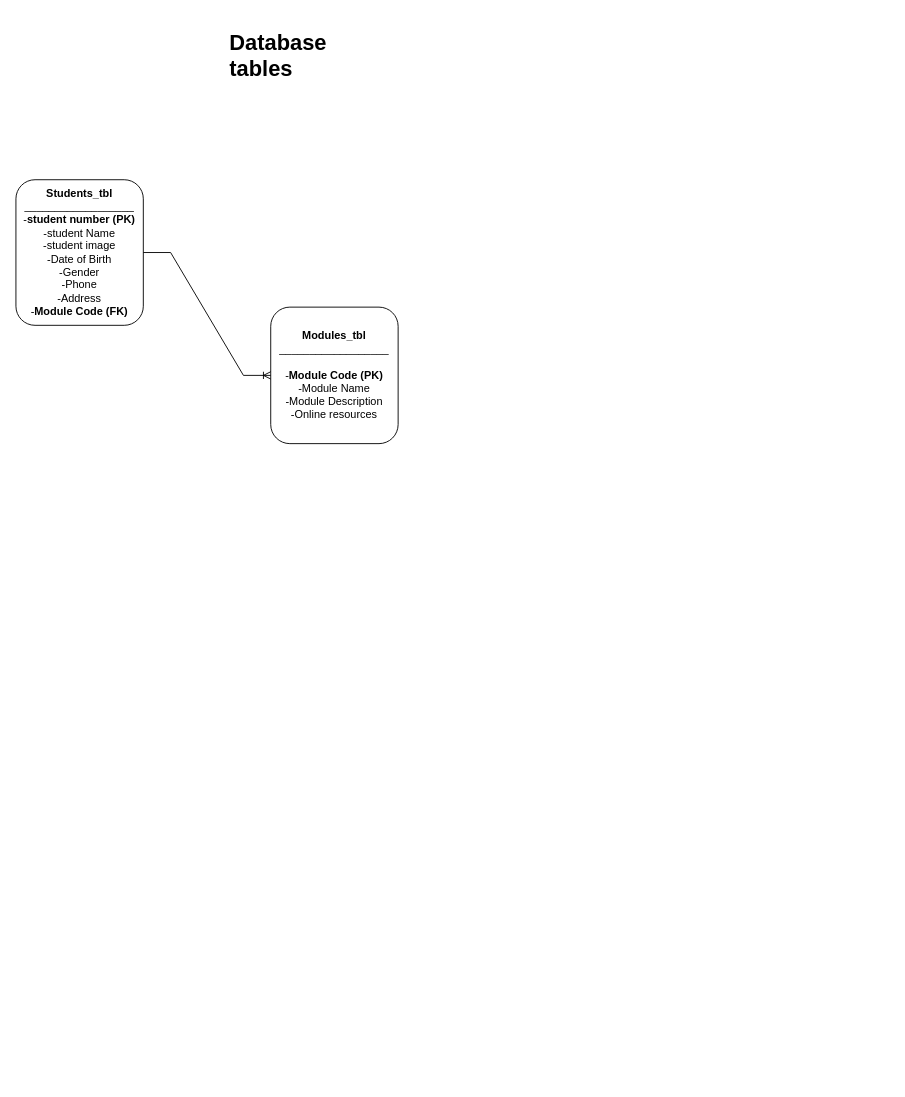
Earlier version of the draw.io diagram page "Page-1" (1 of 2) of Student Management App.drawio (visionaryvjae/Student-Management-Application). Source tidied: cells renumbered, new cells numbered last; positions are measured from the earlier drawing's top-left corner, leaving out a move shared by most shapes. Both pictures are drawn from the tidied source at 91%, with x=0, y=0 at pixel (15, 25).
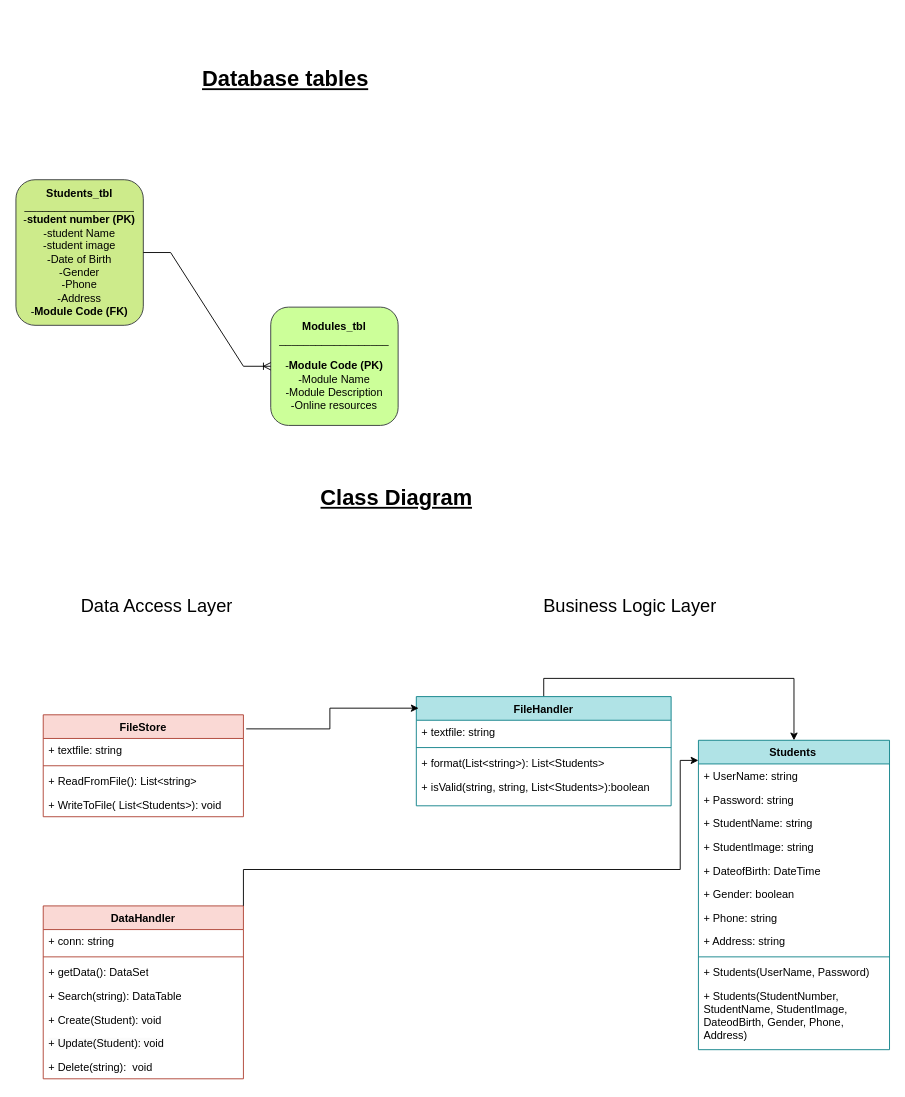
The same page after the edit.

Diff of the diagram source:
```diff
@@
-    <mxCell id="2" value="&lt;h1&gt;Database tables&lt;/h1&gt;" style="text;html=1;strokeColor=none;fillColor=none;spacing=5;spacingTop=-20;whiteSpace=wrap;overflow=hidden;rounded=0;" parent="1" vertex="1">
-      <mxGeometry x="230" width="190" height="120" as="geometry" />
+    <mxCell id="2" value="&lt;h1&gt;&lt;u&gt;Database tables&lt;/u&gt;&lt;/h1&gt;" style="text;html=1;strokeColor=none;fillColor=none;spacing=5;spacingTop=-20;whiteSpace=wrap;overflow=hidden;rounded=0;" parent="1" vertex="1">
+      <mxGeometry x="200" y="40" width="250" height="70" as="geometry" />
     </mxCell>
-    <mxCell id="3" value="&lt;b&gt;Students_tbl&lt;/b&gt;&lt;br&gt;__________________&lt;br&gt;-&lt;b&gt;student number (PK)&lt;/b&gt;&lt;br&gt;-student Name&lt;br&gt;-student image&lt;br&gt;-Date of Birth&lt;br&gt;-Gender&lt;br&gt;-Phone&lt;br&gt;-Address&lt;br&gt;-&lt;b&gt;Module Code (FK)&lt;/b&gt;" style="rounded=1;whiteSpace=wrap;html=1;" parent="1" vertex="1">
+    <mxCell id="3" value="&lt;b&gt;Students_tbl&lt;/b&gt;&lt;br&gt;__________________&lt;br&gt;-&lt;b&gt;student number (PK)&lt;/b&gt;&lt;br&gt;-student Name&lt;br&gt;-student image&lt;br&gt;-Date of Birth&lt;br&gt;-Gender&lt;br&gt;-Phone&lt;br&gt;-Address&lt;br&gt;-&lt;b&gt;Module Code (FK)&lt;/b&gt;" style="rounded=1;whiteSpace=wrap;html=1;fillColor=#cdeb8b;strokeColor=#36393d;gradientDirection=north;" parent="1" vertex="1">
       <mxGeometry y="170" width="140" height="160" as="geometry" />
     </mxCell>
-    <mxCell id="4" value="&lt;b&gt;Modules_tbl&lt;/b&gt;&lt;br&gt;__________________&lt;br&gt;&lt;br&gt;-&lt;b&gt;Module Code (PK)&lt;/b&gt;&lt;br&gt;-Module Name&lt;br&gt;-Module Description&lt;br&gt;-Online resources" style="rounded=1;whiteSpace=wrap;html=1;" parent="1" vertex="1">
-      <mxGeometry x="280" y="310" width="140" height="150" as="geometry" />
+    <mxCell id="4" value="&lt;b&gt;Modules_tbl&lt;/b&gt;&lt;br&gt;__________________&lt;br&gt;&lt;br&gt;-&lt;b&gt;Module Code (PK)&lt;/b&gt;&lt;br&gt;-Module Name&lt;br&gt;-Module Description&lt;br&gt;-Online resources" style="rounded=1;whiteSpace=wrap;html=1;fillColor=#CCFF99;strokeColor=#36393d;" parent="1" vertex="1">
+      <mxGeometry x="280" y="310" width="140" height="130" as="geometry" />
     </mxCell>
@@
+    <mxCell id="6" value="&lt;h1&gt;&lt;u&gt;Class Diagram&lt;/u&gt;&lt;/h1&gt;" style="text;html=1;strokeColor=none;fillColor=none;spacing=5;spacingTop=-20;whiteSpace=wrap;overflow=hidden;rounded=0;" parent="1" vertex="1">
+      <mxGeometry x="330" y="500" width="250" height="70" as="geometry" />
+    </mxCell>
+    <mxCell id="7" value="Students&lt;span style=&quot;white-space: pre;&quot;&gt;&#9;&lt;/span&gt;" style="swimlane;fontStyle=1;align=center;verticalAlign=top;horizontal=1;startSize=26;whiteSpace=wrap;html=1;fillColor=#b0e3e6;strokeColor=#0e8088;" parent="1" vertex="1">
+      <mxGeometry x="750" y="786" width="210" height="340" as="geometry" />
+    </mxCell>
+    <mxCell id="8" value="+ UserName: string" style="text;strokeColor=none;fillColor=none;align=left;verticalAlign=top;spacingLeft=4;spacingRight=4;overflow=hidden;whiteSpace=wrap;html=1;" parent="7" vertex="1">
+      <mxGeometry y="26" width="210" height="26" as="geometry" />
+    </mxCell>
+    <mxCell id="9" value="+ Password: string" style="text;strokeColor=none;fillColor=none;align=left;verticalAlign=top;spacingLeft=4;spacingRight=4;overflow=hidden;whiteSpace=wrap;html=1;" parent="7" vertex="1">
+      <mxGeometry y="52" width="210" height="26" as="geometry" />
+    </mxCell>
+    <mxCell id="10" value="+ StudentName: string" style="text;strokeColor=none;fillColor=none;align=left;verticalAlign=top;spacingLeft=4;spacingRight=4;overflow=hidden;whiteSpace=wrap;html=1;" parent="7" vertex="1">
+      <mxGeometry y="78" width="210" height="26" as="geometry" />
+    </mxCell>
+    <mxCell id="11" value="+ StudentImage: string" style="text;strokeColor=none;fillColor=none;align=left;verticalAlign=top;spacingLeft=4;spacingRight=4;overflow=hidden;whiteSpace=wrap;html=1;" parent="7" vertex="1">
+      <mxGeometry y="104" width="210" height="26" as="geometry" />
+    </mxCell>
+    <mxCell id="12" value="+ DateofBirth: DateTime" style="text;strokeColor=none;fillColor=none;align=left;verticalAlign=top;spacingLeft=4;spacingRight=4;overflow=hidden;whiteSpace=wrap;html=1;" parent="7" vertex="1">
+      <mxGeometry y="130" width="210" height="26" as="geometry" />
+    </mxCell>
+    <mxCell id="13" value="+ Gender: boolean" style="text;strokeColor=none;fillColor=none;align=left;verticalAlign=top;spacingLeft=4;spacingRight=4;overflow=hidden;whiteSpace=wrap;html=1;" parent="7" vertex="1">
+      <mxGeometry y="156" width="210" height="26" as="geometry" />
+    </mxCell>
+    <mxCell id="14" value="+ Phone: string" style="text;strokeColor=none;fillColor=none;align=left;verticalAlign=top;spacingLeft=4;spacingRight=4;overflow=hidden;whiteSpace=wrap;html=1;" parent="7" vertex="1">
+      <mxGeometry y="182" width="210" height="26" as="geometry" />
+    </mxCell>
+    <mxCell id="15" value="+ Address: string" style="text;strokeColor=none;fillColor=none;align=left;verticalAlign=top;spacingLeft=4;spacingRight=4;overflow=hidden;whiteSpace=wrap;html=1;" parent="7" vertex="1">
+      <mxGeometry y="208" width="210" height="26" as="geometry" />
+    </mxCell>
+    <mxCell id="16" style="line;strokeWidth=1;fillColor=none;align=left;verticalAlign=middle;spacingTop=-1;spacingLeft=3;spacingRight=3;labelPosition=right;strokeColor=inherit;" parent="7" vertex="1">
+      <mxGeometry y="234" width="210" height="8" as="geometry" />
+    </mxCell>
+    <mxCell id="17" value="+ Students(UserName, Password)" style="text;strokeColor=none;fillColor=none;align=left;verticalAlign=top;spacingLeft=4;spacingRight=4;overflow=hidden;whiteSpace=wrap;html=1;" parent="7" vertex="1">
+      <mxGeometry y="242" width="210" height="26" as="geometry" />
+    </mxCell>
+    <mxCell id="18" value="+ Students(StudentNumber, StudentName, StudentImage, DateodBirth, Gender, Phone, Address)" style="text;strokeColor=none;fillColor=none;align=left;verticalAlign=top;spacingLeft=4;spacingRight=4;overflow=hidden;whiteSpace=wrap;html=1;" parent="7" vertex="1">
+      <mxGeometry y="268" width="210" height="72" as="geometry" />
+    </mxCell>
+    <mxCell id="19" value="FileStore" style="swimlane;fontStyle=1;align=center;verticalAlign=top;horizontal=1;startSize=26;whiteSpace=wrap;html=1;fillColor=#fad9d5;strokeColor=#ae4132;" parent="1" vertex="1">
+      <mxGeometry x="30" y="758" width="220" height="112" as="geometry" />
+    </mxCell>
+    <mxCell id="20" value="+ textfile: string" style="text;strokeColor=none;fillColor=none;align=left;verticalAlign=top;spacingLeft=4;spacingRight=4;overflow=hidden;whiteSpace=wrap;html=1;" parent="19" vertex="1">
+      <mxGeometry y="26" width="220" height="26" as="geometry" />
+    </mxCell>
+    <mxCell id="21" style="line;strokeWidth=1;fillColor=none;align=left;verticalAlign=middle;spacingTop=-1;spacingLeft=3;spacingRight=3;labelPosition=right;strokeColor=inherit;" parent="19" vertex="1">
+      <mxGeometry y="52" width="220" height="8" as="geometry" />
+    </mxCell>
+    <mxCell id="22" value="+ ReadFromFile(): List&amp;lt;string&amp;gt;" style="text;strokeColor=none;fillColor=none;align=left;verticalAlign=top;spacingLeft=4;spacingRight=4;overflow=hidden;whiteSpace=wrap;html=1;" parent="19" vertex="1">
+      <mxGeometry y="60" width="220" height="26" as="geometry" />
+    </mxCell>
+    <mxCell id="23" value="+ WriteToFile( List&amp;lt;Students&amp;gt;): void" style="text;strokeColor=none;fillColor=none;align=left;verticalAlign=top;spacingLeft=4;spacingRight=4;overflow=hidden;whiteSpace=wrap;html=1;" parent="19" vertex="1">
+      <mxGeometry y="86" width="220" height="26" as="geometry" />
+    </mxCell>
+    <mxCell id="24" style="edgeStyle=orthogonalEdgeStyle;rounded=0;jettySize=auto;html=1;exitX=0.5;exitY=0;exitDx=0;exitDy=0;entryX=0.5;entryY=0;entryDx=0;entryDy=0;" parent="1" edge="1" source="25" target="7">
+      <mxGeometry relative="1" as="geometry" />
+    </mxCell>
+    <mxCell id="25" value="FileHandler" style="swimlane;fontStyle=1;align=center;verticalAlign=top;horizontal=1;startSize=26;whiteSpace=wrap;html=1;fillColor=#b0e3e6;strokeColor=#0e8088;" parent="1" vertex="1">
+      <mxGeometry x="440" y="738" width="280" height="120" as="geometry" />
+    </mxCell>
+    <mxCell id="26" value="+ textfile: string" style="text;strokeColor=none;fillColor=none;align=left;verticalAlign=top;spacingLeft=4;spacingRight=4;overflow=hidden;whiteSpace=wrap;html=1;" parent="25" vertex="1">
+      <mxGeometry y="26" width="280" height="26" as="geometry" />
+    </mxCell>
+    <mxCell id="27" style="line;strokeWidth=1;fillColor=none;align=left;verticalAlign=middle;spacingTop=-1;spacingLeft=3;spacingRight=3;labelPosition=right;strokeColor=inherit;" parent="25" vertex="1">
+      <mxGeometry y="52" width="280" height="8" as="geometry" />
+    </mxCell>
+    <mxCell id="28" value="+ format(List&amp;lt;string&amp;gt;): List&amp;lt;Students&amp;gt;" style="text;strokeColor=none;fillColor=none;align=left;verticalAlign=top;spacingLeft=4;spacingRight=4;overflow=hidden;whiteSpace=wrap;html=1;" parent="25" vertex="1">
+      <mxGeometry y="60" width="280" height="26" as="geometry" />
+    </mxCell>
+    <mxCell id="29" value="+ isValid(string, string, List&amp;lt;Students&amp;gt;):boolean" style="text;strokeColor=none;fillColor=none;align=left;verticalAlign=top;spacingLeft=4;spacingRight=4;overflow=hidden;whiteSpace=wrap;html=1;" parent="25" vertex="1">
+      <mxGeometry y="86" width="280" height="34" as="geometry" />
+    </mxCell>
+    <mxCell id="30" value="DataHandler" style="swimlane;fontStyle=1;align=center;verticalAlign=top;horizontal=1;startSize=26;whiteSpace=wrap;html=1;fillColor=#fad9d5;strokeColor=#ae4132;" parent="1" vertex="1">
+      <mxGeometry x="30" y="968" width="220" height="190" as="geometry" />
+    </mxCell>
+    <mxCell id="31" value="+ conn: string" style="text;strokeColor=none;fillColor=none;align=left;verticalAlign=top;spacingLeft=4;spacingRight=4;overflow=hidden;whiteSpace=wrap;html=1;" parent="30" vertex="1">
+      <mxGeometry y="26" width="220" height="26" as="geometry" />
+    </mxCell>
+    <mxCell id="32" style="line;strokeWidth=1;fillColor=none;align=left;verticalAlign=middle;spacingTop=-1;spacingLeft=3;spacingRight=3;labelPosition=right;strokeColor=inherit;" parent="30" vertex="1">
+      <mxGeometry y="52" width="220" height="8" as="geometry" />
+    </mxCell>
+    <mxCell id="33" value="+ getData(): DataSet" style="text;strokeColor=none;fillColor=none;align=left;verticalAlign=top;spacingLeft=4;spacingRight=4;overflow=hidden;whiteSpace=wrap;html=1;" parent="30" vertex="1">
+      <mxGeometry y="60" width="220" height="26" as="geometry" />
+    </mxCell>
+    <mxCell id="34" value="+ Search(string): DataTable" style="text;strokeColor=none;fillColor=none;align=left;verticalAlign=top;spacingLeft=4;spacingRight=4;overflow=hidden;whiteSpace=wrap;html=1;" parent="30" vertex="1">
+      <mxGeometry y="86" width="220" height="26" as="geometry" />
+    </mxCell>
+    <mxCell id="35" value="+ Create(Student): void" style="text;strokeColor=none;fillColor=none;align=left;verticalAlign=top;spacingLeft=4;spacingRight=4;overflow=hidden;whiteSpace=wrap;html=1;" parent="30" vertex="1">
+      <mxGeometry y="112" width="220" height="26" as="geometry" />
+    </mxCell>
+    <mxCell id="36" value="&lt;span style=&quot;color: rgb(0, 0, 0); font-family: Helvetica; font-size: 12px; font-style: normal; font-variant-ligatures: normal; font-variant-caps: normal; font-weight: 400; letter-spacing: normal; orphans: 2; text-align: left; text-indent: 0px; text-transform: none; widows: 2; word-spacing: 0px; -webkit-text-stroke-width: 0px; background-color: rgb(251, 251, 251); text-decoration-thickness: initial; text-decoration-style: initial; text-decoration-color: initial; float: none; display: inline !important;&quot;&gt;+ Update(Student): void&lt;/span&gt;" style="text;strokeColor=none;fillColor=none;align=left;verticalAlign=top;spacingLeft=4;spacingRight=4;overflow=hidden;whiteSpace=wrap;html=1;" parent="30" vertex="1">
+      <mxGeometry y="138" width="220" height="26" as="geometry" />
+    </mxCell>
+    <mxCell id="37" value="+ Delete(string):&amp;nbsp; void" style="text;strokeColor=none;fillColor=none;align=left;verticalAlign=top;spacingLeft=4;spacingRight=4;overflow=hidden;whiteSpace=wrap;html=1;" parent="30" vertex="1">
+      <mxGeometry y="164" width="220" height="26" as="geometry" />
+    </mxCell>
+    <mxCell id="38" style="edgeStyle=orthogonalEdgeStyle;rounded=0;jettySize=auto;html=1;exitX=1.014;exitY=0.138;exitDx=0;exitDy=0;entryX=0.009;entryY=0.106;entryDx=0;entryDy=0;entryPerimeter=0;exitPerimeter=0;" parent="1" edge="1" source="19" target="25">
+      <mxGeometry relative="1" as="geometry" />
+    </mxCell>
+    <mxCell id="39" value="&lt;h1&gt;&lt;font style=&quot;font-size: 20px; font-weight: normal;&quot;&gt;Data Access Layer&lt;/font&gt;&lt;/h1&gt;" style="text;html=1;strokeColor=none;fillColor=none;spacing=5;spacingTop=-20;whiteSpace=wrap;overflow=hidden;rounded=0;align=center;" parent="1" vertex="1">
+      <mxGeometry x="30" y="618" width="250" height="70" as="geometry" />
+    </mxCell>
+    <mxCell id="40" value="&lt;h1&gt;&lt;span style=&quot;font-size: 20px; font-weight: 400;&quot;&gt;Business Logic Layer&lt;/span&gt;&lt;/h1&gt;" style="text;html=1;strokeColor=none;fillColor=none;spacing=5;spacingTop=-20;whiteSpace=wrap;overflow=hidden;rounded=0;align=center;" parent="1" vertex="1">
+      <mxGeometry x="550" y="618" width="250" height="70" as="geometry" />
+    </mxCell>
+    <mxCell id="41" style="edgeStyle=orthogonalEdgeStyle;rounded=0;jettySize=auto;html=1;exitX=1;exitY=0;exitDx=0;exitDy=0;entryX=0;entryY=0.065;entryDx=0;entryDy=0;entryPerimeter=0;" parent="1" edge="1" source="30" target="7">
+      <mxGeometry relative="1" as="geometry">
+        <Array as="points">
+          <mxPoint x="250" y="928" />
+          <mxPoint x="730" y="928" />
+          <mxPoint x="730" y="808" />
+        </Array>
+      </mxGeometry>
+    </mxCell>
```
